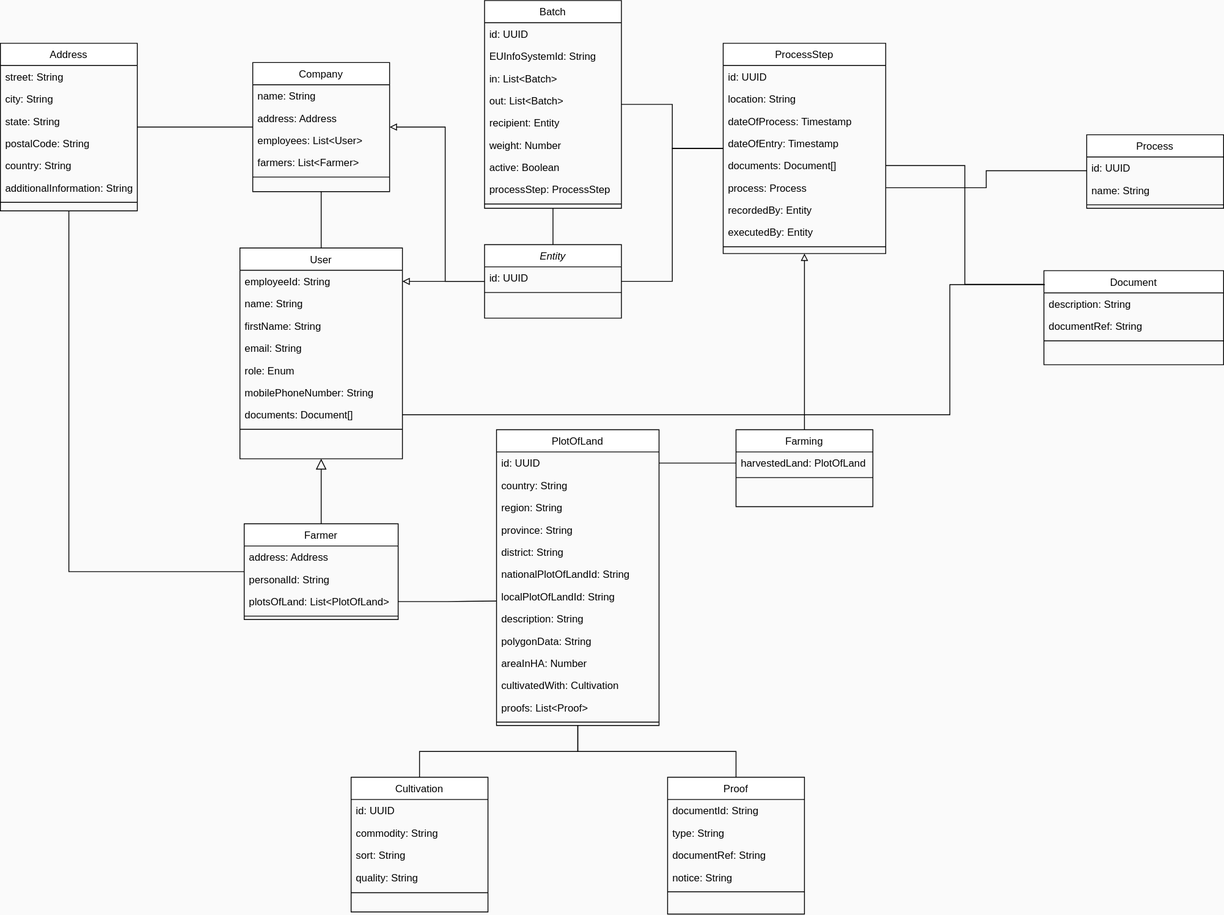
Earlier version of the draw.io export documentation/images/05_fg_entity_uml.svg (fraunhofer-iml/forestguard). Source tidied: cells renumbered, new cells last; positions are measured from the earlier drawing's top-left corner, leaving out a move shared by most shapes.
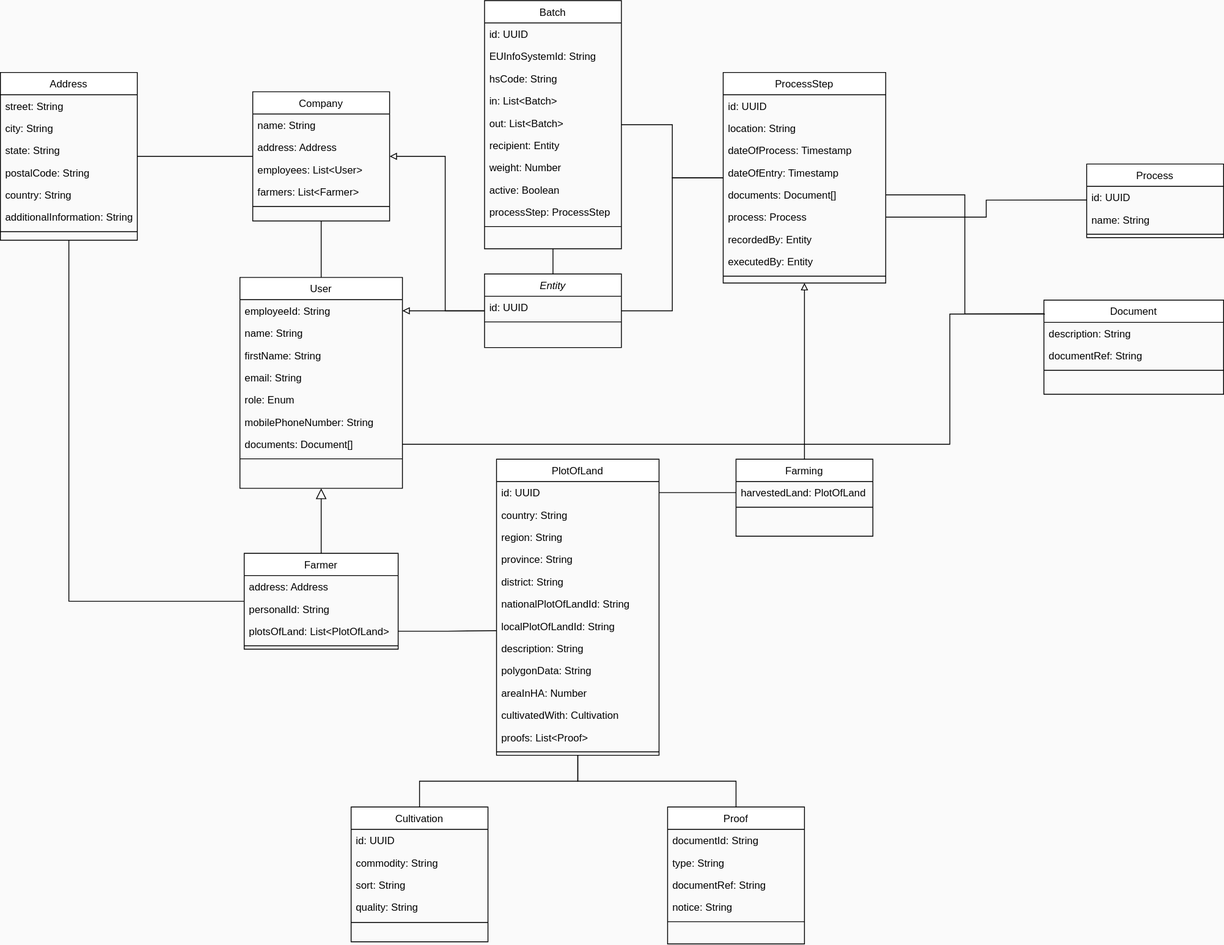
After the commit.

What changed in the source:
```diff
@@ -185,7 +185,7 @@
       </mxGeometry>
     </mxCell>
     <mxCell id="62" value="Batch" style="swimlane;fontStyle=0;align=center;verticalAlign=top;horizontal=1;startSize=26;rounded=0;shadow=0;strokeWidth=1;" parent="1" vertex="1">
-      <mxGeometry x="566" width="160" height="243" as="geometry" />
+      <mxGeometry x="566" y="-34" width="160" height="290" as="geometry" />
     </mxCell>
     <mxCell id="63" value="id: UUID" style="text;align=left;verticalAlign=top;spacingLeft=4;spacingRight=4;overflow=hidden;fontStyle=0;" parent="62" vertex="1">
       <mxGeometry y="26" width="160" height="26" as="geometry" />
@@ -193,26 +193,29 @@
     <mxCell id="64" value="EUInfoSystemId: String" style="text;align=left;verticalAlign=top;spacingLeft=4;spacingRight=4;overflow=hidden;fontStyle=0;" parent="62" vertex="1">
       <mxGeometry y="52" width="160" height="26" as="geometry" />
     </mxCell>
+    <mxCell id="107" value="hsCode: String" style="text;align=left;verticalAlign=top;spacingLeft=4;spacingRight=4;overflow=hidden;fontStyle=0;" parent="62" vertex="1">
+      <mxGeometry y="78" width="160" height="26" as="geometry" />
+    </mxCell>
     <mxCell id="65" value="in: List&lt;Batch&gt;" style="text;align=left;verticalAlign=top;spacingLeft=4;spacingRight=4;overflow=hidden;fontStyle=0;" parent="62" vertex="1">
-      <mxGeometry y="78" width="160" height="26" as="geometry" />
+      <mxGeometry y="104" width="160" height="26" as="geometry" />
     </mxCell>
     <mxCell id="66" value="out: List&lt;Batch&gt;" style="text;align=left;verticalAlign=top;spacingLeft=4;spacingRight=4;overflow=hidden;rounded=0;shadow=0;html=0;fontStyle=0;" parent="62" vertex="1">
-      <mxGeometry y="104" width="160" height="26" as="geometry" />
+      <mxGeometry y="130" width="160" height="26" as="geometry" />
     </mxCell>
     <mxCell id="67" value="recipient: Entity" style="text;align=left;verticalAlign=top;spacingLeft=4;spacingRight=4;overflow=hidden;rounded=0;shadow=0;html=0;fontStyle=0;" parent="62" vertex="1">
-      <mxGeometry y="130" width="160" height="26" as="geometry" />
+      <mxGeometry y="156" width="160" height="26" as="geometry" />
     </mxCell>
     <mxCell id="68" value="weight: Number" style="text;align=left;verticalAlign=top;spacingLeft=4;spacingRight=4;overflow=hidden;rounded=0;shadow=0;html=0;fontStyle=0;" parent="62" vertex="1">
-      <mxGeometry y="156" width="160" height="26" as="geometry" />
+      <mxGeometry y="182" width="160" height="26" as="geometry" />
     </mxCell>
     <mxCell id="69" value="active: Boolean" style="text;align=left;verticalAlign=top;spacingLeft=4;spacingRight=4;overflow=hidden;rounded=0;shadow=0;html=0;fontStyle=0;" parent="62" vertex="1">
-      <mxGeometry y="182" width="160" height="26" as="geometry" />
+      <mxGeometry y="208" width="160" height="26" as="geometry" />
     </mxCell>
     <mxCell id="70" value="processStep: ProcessStep" style="text;align=left;verticalAlign=top;spacingLeft=4;spacingRight=4;overflow=hidden;rounded=0;shadow=0;html=0;fontStyle=0;" parent="62" vertex="1">
-      <mxGeometry y="208" width="160" height="26" as="geometry" />
+      <mxGeometry y="234" width="160" height="26" as="geometry" />
     </mxCell>
     <mxCell id="71" style="line;html=1;strokeWidth=1;align=left;verticalAlign=middle;spacingTop=-1;spacingLeft=3;spacingRight=3;labelPosition=right;fontStyle=0;" parent="62" vertex="1">
-      <mxGeometry y="234" width="160" height="8" as="geometry" />
+      <mxGeometry y="260" width="160" height="8" as="geometry" />
     </mxCell>
     <mxCell id="72" style="edgeStyle=orthogonalEdgeStyle;rounded=0;jettySize=auto;html=1;endArrow=block;endFill=0;fontStyle=0;entryX=0.5;entryY=1;entryDx=0;entryDy=0;" parent="1" edge="1" source="74" target="79">
       <mxGeometry relative="1" as="geometry" />
```
